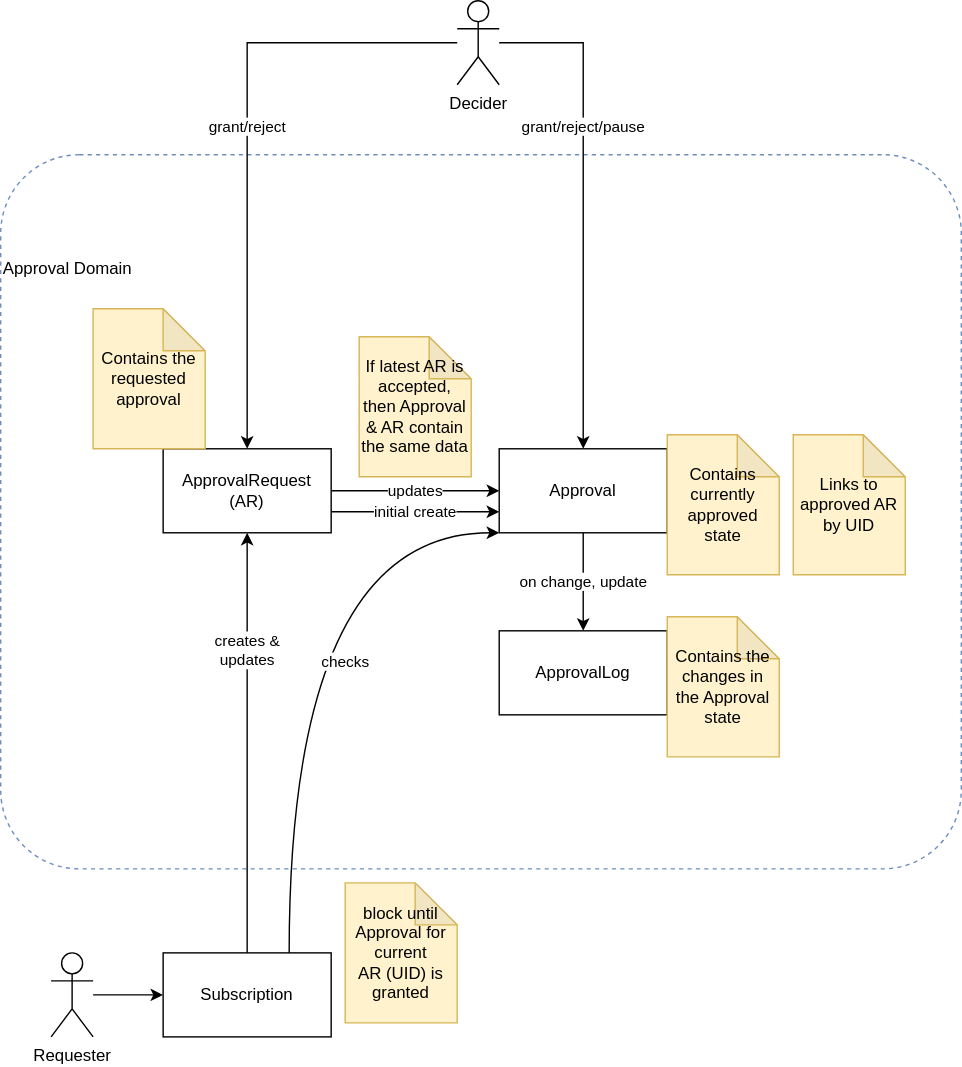
The draw.io diagram approval/docs/img/approval_flow.drawio.svg in telekom/controlplane, before a commit. Source tidied: cells renumbered, new cells last; positions are measured from the earlier drawing's top-left corner, leaving out a move shared by most shapes.
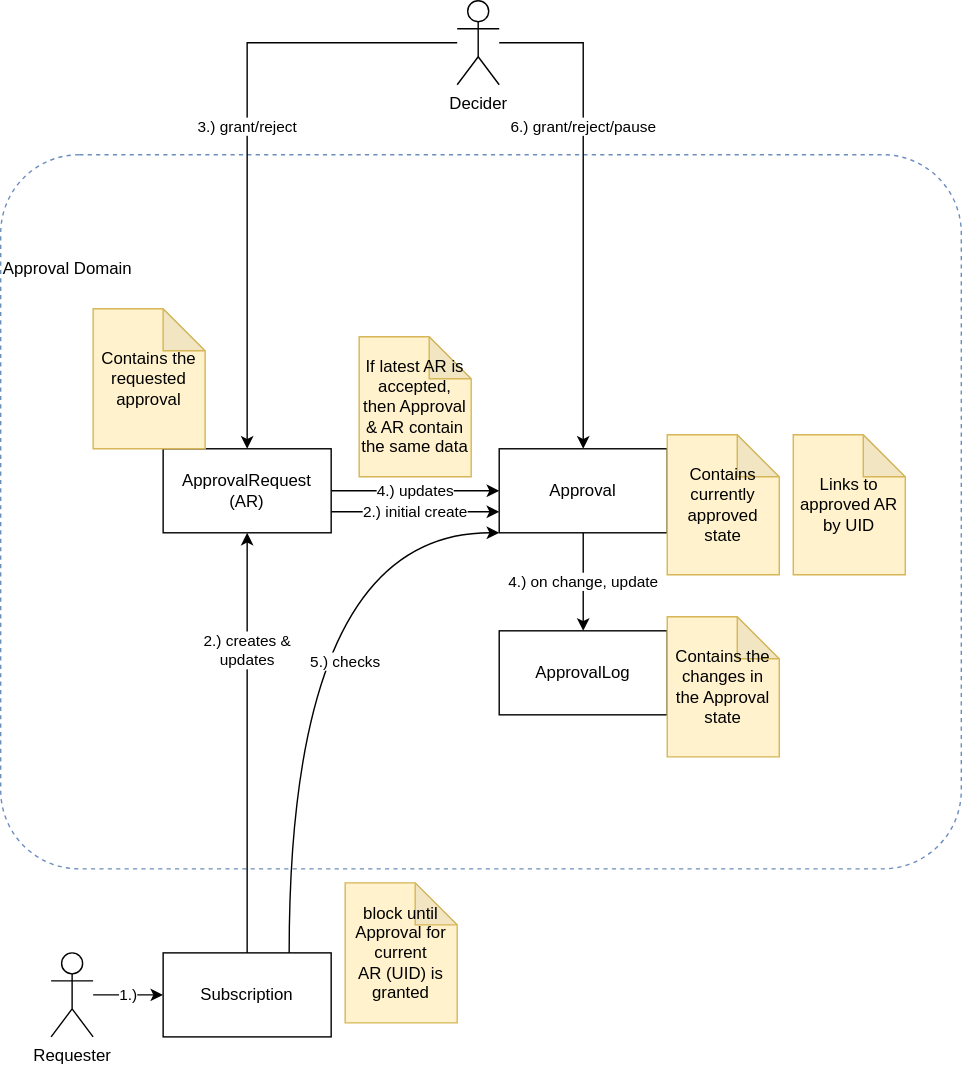
The same diagram one commit later.

Commit message:
docs: update README and diagram to clarify Approval and ApprovalRequest components and flow

Change to the diagram source:
```diff
@@ -5,16 +5,16 @@
     <mxCell id="2" value="&lt;p style=&quot;line-height: 0%;&quot;&gt;Approval Domain&lt;/p&gt;&lt;p style=&quot;line-height: 0%;&quot;&gt;&lt;br&gt;&lt;/p&gt;&lt;p style=&quot;line-height: 0%;&quot;&gt;&lt;br&gt;&lt;/p&gt;&lt;p style=&quot;line-height: 0%;&quot;&gt;&lt;br&gt;&lt;/p&gt;&lt;p style=&quot;line-height: 0%;&quot;&gt;&lt;br&gt;&lt;/p&gt;&lt;p style=&quot;line-height: 0%;&quot;&gt;&lt;br&gt;&lt;/p&gt;&lt;p style=&quot;line-height: 0%;&quot;&gt;&lt;br&gt;&lt;/p&gt;&lt;p style=&quot;line-height: 0%;&quot;&gt;&lt;br&gt;&lt;/p&gt;&lt;p style=&quot;line-height: 0%;&quot;&gt;&lt;br&gt;&lt;/p&gt;&lt;p style=&quot;line-height: 0%;&quot;&gt;&lt;br&gt;&lt;/p&gt;&lt;p style=&quot;line-height: 0%;&quot;&gt;&lt;br&gt;&lt;/p&gt;&lt;p style=&quot;line-height: 0%;&quot;&gt;&lt;br&gt;&lt;/p&gt;&lt;p style=&quot;line-height: 0%;&quot;&gt;&lt;br&gt;&lt;/p&gt;&lt;p style=&quot;line-height: 0%;&quot;&gt;&lt;br&gt;&lt;/p&gt;&lt;p style=&quot;line-height: 0%;&quot;&gt;&lt;br&gt;&lt;/p&gt;&lt;p style=&quot;line-height: 0%;&quot;&gt;&lt;br&gt;&lt;/p&gt;&lt;p style=&quot;line-height: 0%;&quot;&gt;&lt;br&gt;&lt;/p&gt;&lt;p style=&quot;line-height: 0%;&quot;&gt;&lt;br&gt;&lt;/p&gt;&lt;p style=&quot;line-height: 0%;&quot;&gt;&lt;br&gt;&lt;/p&gt;&lt;p style=&quot;line-height: 0%;&quot;&gt;&lt;br&gt;&lt;/p&gt;&lt;p style=&quot;line-height: 0%;&quot;&gt;&lt;br&gt;&lt;/p&gt;&lt;p style=&quot;line-height: 0%;&quot;&gt;&lt;br&gt;&lt;/p&gt;&lt;p style=&quot;line-height: 0%;&quot;&gt;&lt;br&gt;&lt;/p&gt;&lt;p style=&quot;line-height: 0%;&quot;&gt;&lt;br&gt;&lt;/p&gt;&lt;p style=&quot;line-height: 0%;&quot;&gt;&lt;br&gt;&lt;/p&gt;&lt;p style=&quot;line-height: 0%;&quot;&gt;&lt;br&gt;&lt;/p&gt;&lt;p style=&quot;line-height: 0%;&quot;&gt;&lt;br&gt;&lt;/p&gt;&lt;p style=&quot;line-height: 0%;&quot;&gt;&lt;br&gt;&lt;/p&gt;&lt;p style=&quot;line-height: 0%;&quot;&gt;&lt;br&gt;&lt;/p&gt;&lt;p style=&quot;line-height: 0%;&quot;&gt;&lt;br&gt;&lt;/p&gt;" style="rounded=1;whiteSpace=wrap;html=1;dashed=1;fontFamily=Helvetica;align=left;arcSize=11;fillStyle=auto;fillColor=none;strokeColor=#6c8ebf;" parent="1" vertex="1">
       <mxGeometry y="110" width="686" height="510" as="geometry" />
     </mxCell>
-    <mxCell id="3" value="updates" style="edgeStyle=orthogonalEdgeStyle;rounded=0;jettySize=auto;html=1;entryX=0;entryY=0.5;entryDx=0;entryDy=0;" parent="1" edge="1" source="5" target="7">
+    <mxCell id="3" value="4.) updates" style="edgeStyle=orthogonalEdgeStyle;rounded=0;jettySize=auto;html=1;entryX=0;entryY=0.5;entryDx=0;entryDy=0;" parent="1" edge="1" source="5" target="7">
       <mxGeometry relative="1" as="geometry" />
     </mxCell>
-    <mxCell id="4" value="initial create" style="edgeStyle=orthogonalEdgeStyle;rounded=0;jettySize=auto;html=1;entryX=0;entryY=0.75;entryDx=0;entryDy=0;exitX=1;exitY=0.75;exitDx=0;exitDy=0;" parent="1" edge="1" source="5" target="7">
+    <mxCell id="4" value="2.) initial create" style="edgeStyle=orthogonalEdgeStyle;rounded=0;jettySize=auto;html=1;entryX=0;entryY=0.75;entryDx=0;entryDy=0;exitX=1;exitY=0.75;exitDx=0;exitDy=0;" parent="1" edge="1" source="5" target="7">
       <mxGeometry relative="1" as="geometry" />
     </mxCell>
     <mxCell id="5" value="ApprovalRequest&lt;br&gt;(AR)" style="rounded=0;whiteSpace=wrap;html=1;" parent="1" vertex="1">
       <mxGeometry x="116" y="320" width="120" height="60" as="geometry" />
     </mxCell>
-    <mxCell id="6" value="on change, update" style="edgeStyle=orthogonalEdgeStyle;rounded=0;jettySize=auto;html=1;" parent="1" edge="1" source="7" target="8">
+    <mxCell id="6" value="4.) on change, update" style="edgeStyle=orthogonalEdgeStyle;rounded=0;jettySize=auto;html=1;" parent="1" edge="1" source="7" target="8">
       <mxGeometry relative="1" as="geometry" />
     </mxCell>
     <mxCell id="7" value="Approval" style="rounded=0;whiteSpace=wrap;html=1;fillColor=default;" parent="1" vertex="1">
@@ -35,10 +35,10 @@
     <mxCell id="12" value="If latest AR is accepted, then Approval &amp;amp; AR contain the same data" style="shape=note;whiteSpace=wrap;html=1;backgroundOutline=1;darkOpacity=0.05;fillColor=#fff2cc;strokeColor=#d6b656;" parent="1" vertex="1">
       <mxGeometry x="256" y="240" width="80" height="100" as="geometry" />
     </mxCell>
-    <mxCell id="13" value="grant/reject" style="edgeStyle=orthogonalEdgeStyle;rounded=0;jettySize=auto;html=1;" parent="1" edge="1" source="15" target="5">
+    <mxCell id="13" value="3.) grant/reject" style="edgeStyle=orthogonalEdgeStyle;rounded=0;jettySize=auto;html=1;" parent="1" edge="1" source="15" target="5">
       <mxGeometry x="-0.05" relative="1" as="geometry" />
     </mxCell>
-    <mxCell id="14" value="grant/reject/pause" style="edgeStyle=orthogonalEdgeStyle;rounded=0;jettySize=auto;html=1;" parent="1" edge="1" source="15" target="7">
+    <mxCell id="14" value="6.) grant/reject/pause" style="edgeStyle=orthogonalEdgeStyle;rounded=0;jettySize=auto;html=1;" parent="1" edge="1" source="15" target="7">
       <mxGeometry x="-0.31" relative="1" as="geometry">
         <Array as="points">
           <mxPoint x="416" y="30" />
@@ -48,10 +48,10 @@
     <mxCell id="15" value="Decider" style="shape=umlActor;verticalLabelPosition=bottom;verticalAlign=top;html=1;outlineConnect=0;" parent="1" vertex="1">
       <mxGeometry x="326" width="30" height="60" as="geometry" />
     </mxCell>
-    <mxCell id="16" value="creates &amp;amp;&lt;br&gt;updates" style="edgeStyle=orthogonalEdgeStyle;rounded=0;jettySize=auto;html=1;" parent="1" edge="1" source="18" target="5">
+    <mxCell id="16" value="2.) creates &amp;amp;&lt;br&gt;updates" style="edgeStyle=orthogonalEdgeStyle;rounded=0;jettySize=auto;html=1;" parent="1" edge="1" source="18" target="5">
       <mxGeometry x="0.44" relative="1" as="geometry" />
     </mxCell>
-    <mxCell id="17" value="checks" style="edgeStyle=orthogonalEdgeStyle;rounded=0;jettySize=auto;html=1;entryX=0;entryY=1;entryDx=0;entryDy=0;curved=1;exitX=0.75;exitY=0;exitDx=0;exitDy=0;" parent="1" edge="1" source="18" target="7">
+    <mxCell id="17" value="5.) checks" style="edgeStyle=orthogonalEdgeStyle;rounded=0;jettySize=auto;html=1;entryX=0;entryY=1;entryDx=0;entryDy=0;curved=1;exitX=0.75;exitY=0;exitDx=0;exitDy=0;" parent="1" edge="1" source="18" target="7">
       <mxGeometry x="-0.08" y="-40" relative="1" as="geometry">
         <Array as="points">
           <mxPoint x="206" y="380" />
@@ -61,7 +61,7 @@
     <mxCell id="18" value="Subscription" style="rounded=0;whiteSpace=wrap;html=1;" parent="1" vertex="1">
       <mxGeometry x="116" y="680" width="120" height="60" as="geometry" />
     </mxCell>
-    <mxCell id="19" style="edgeStyle=orthogonalEdgeStyle;rounded=0;jettySize=auto;html=1;entryX=0;entryY=0.5;entryDx=0;entryDy=0;" parent="1" edge="1" source="20" target="18">
+    <mxCell id="19" value="1.)" style="edgeStyle=orthogonalEdgeStyle;rounded=0;jettySize=auto;html=1;entryX=0;entryY=0.5;entryDx=0;entryDy=0;" parent="1" edge="1" source="20" target="18">
       <mxGeometry relative="1" as="geometry" />
     </mxCell>
     <mxCell id="20" value="Requester" style="shape=umlActor;verticalLabelPosition=bottom;verticalAlign=top;html=1;outlineConnect=0;" parent="1" vertex="1">
```
